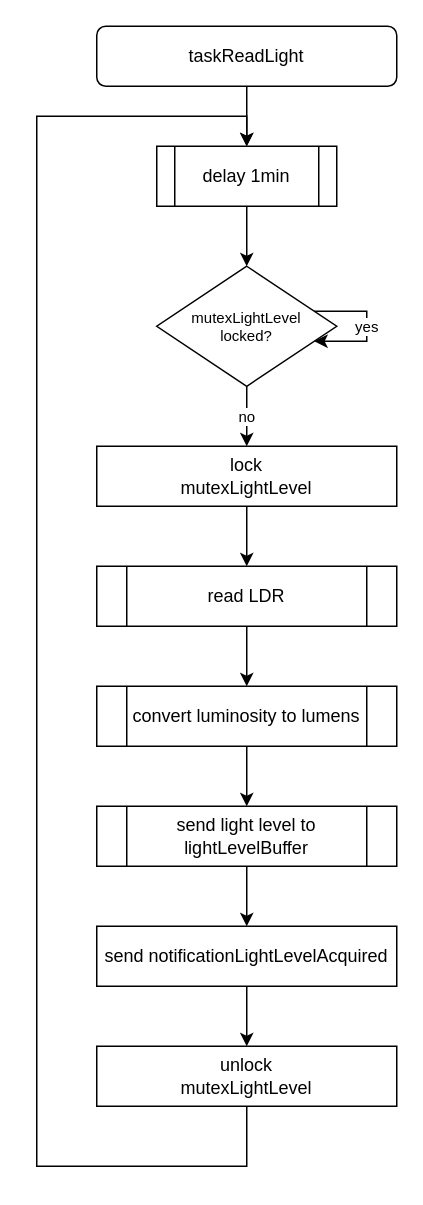
This is Diagrams/taskReadLightLevel.drawio from rafaelandrepedro/embebidos2122, a draw.io file, before an edit. Source tidied: cells renumbered, new cells numbered last; positions are measured from the earlier drawing's top-left corner, leaving out a move shared by most shapes. Both pictures are drawn from the tidied source at 150%, with x=0, y=0 at pixel (36, 26).
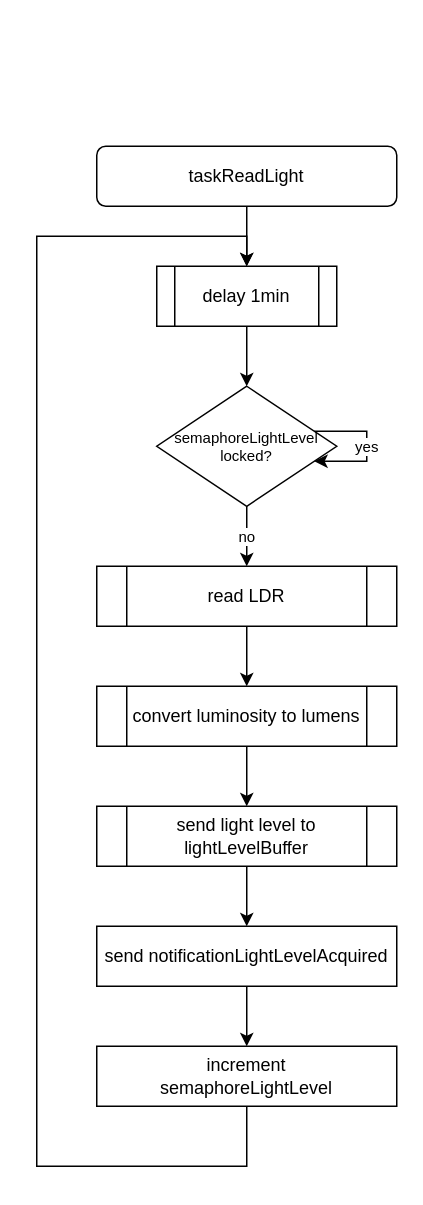
The same page after the edit.

The change refers to these unchanged cells:
```xml
<mxCell id="18" value="read LDR" style="shape=process;whiteSpace=wrap;html=1;backgroundOutline=1;" parent="1" vertex="1">
  <mxGeometry x="40" y="360" width="200" height="40" as="geometry" />
</mxCell>
```

Change to the diagram source:
```diff
@@
     <mxCell id="3" value="taskReadLight" style="rounded=1;whiteSpace=wrap;html=1;" parent="1" vertex="1">
-      <mxGeometry x="40" width="200" height="40" as="geometry" />
+      <mxGeometry x="40" y="80" width="200" height="40" as="geometry" />
     </mxCell>
@@
     <mxCell id="5" value="delay 1min" style="shape=process;whiteSpace=wrap;html=1;backgroundOutline=1;" parent="1" vertex="1">
-      <mxGeometry x="80" y="80" width="120" height="40" as="geometry" />
+      <mxGeometry x="80" y="160" width="120" height="40" as="geometry" />
     </mxCell>
-    <mxCell id="6" style="edgeStyle=orthogonalEdgeStyle;rounded=0;jettySize=auto;html=1;" parent="1" edge="1" source="7" target="18">
-      <mxGeometry relative="1" as="geometry" />
-    </mxCell>
-    <mxCell id="7" value="lock&lt;br&gt;mutexLightLevel" style="rounded=0;whiteSpace=wrap;html=1;" parent="1" vertex="1">
-      <mxGeometry x="40" y="280" width="200" height="40" as="geometry" />
-    </mxCell>
-    <mxCell id="8" value="no" style="edgeStyle=orthogonalEdgeStyle;rounded=0;jettySize=auto;html=1;fontSize=10;" parent="1" edge="1" source="9" target="7">
-      <mxGeometry relative="1" as="geometry" />
+    <mxCell id="8" value="no" style="edgeStyle=orthogonalEdgeStyle;rounded=0;jettySize=auto;html=1;fontSize=10;" parent="1" edge="1" source="9">
+      <mxGeometry relative="1" as="geometry">
+        <mxPoint x="140" y="360" as="targetPoint" />
+      </mxGeometry>
     </mxCell>
-    <mxCell id="9" value="&lt;span style=&quot;font-size: 10px&quot;&gt;mutexLightLevel&lt;br style=&quot;font-size: 10px&quot;&gt;locked?&lt;br style=&quot;font-size: 10px&quot;&gt;&lt;/span&gt;" style="rhombus;whiteSpace=wrap;html=1;fontSize=10;" parent="1" vertex="1">
-      <mxGeometry x="80" y="160" width="120" height="80" as="geometry" />
+    <mxCell id="9" value="semaphoreLightLevel&lt;br style=&quot;font-size: 10px&quot;&gt;locked?" style="rhombus;whiteSpace=wrap;html=1;fontSize=10;" parent="1" vertex="1">
+      <mxGeometry x="80" y="240" width="120" height="80" as="geometry" />
     </mxCell>
@@
-    <mxCell id="12" value="unlock&lt;br&gt;mutexLightLevel" style="rounded=0;whiteSpace=wrap;html=1;" parent="1" vertex="1">
+    <mxCell id="12" value="increment&lt;br&gt;semaphoreLightLevel" style="rounded=0;whiteSpace=wrap;html=1;" parent="1" vertex="1">
       <mxGeometry x="40" y="680" width="200" height="40" as="geometry" />
     </mxCell>
     <mxCell id="13" style="edgeStyle=orthogonalEdgeStyle;rounded=0;jettySize=auto;html=1;entryX=0.5;entryY=0;entryDx=0;entryDy=0;fontSize=10;exitX=0.5;exitY=1;exitDx=0;exitDy=0;" parent="1" edge="1" source="12" target="5">
       <mxGeometry relative="1" as="geometry">
         <Array as="points">
           <mxPoint x="140" y="760" />
           <mxPoint y="760" />
-          <mxPoint y="60" />
-          <mxPoint x="140" y="60" />
+          <mxPoint y="140" />
+          <mxPoint x="140" y="140" />
         </Array>
       </mxGeometry>
     </mxCell>
```
